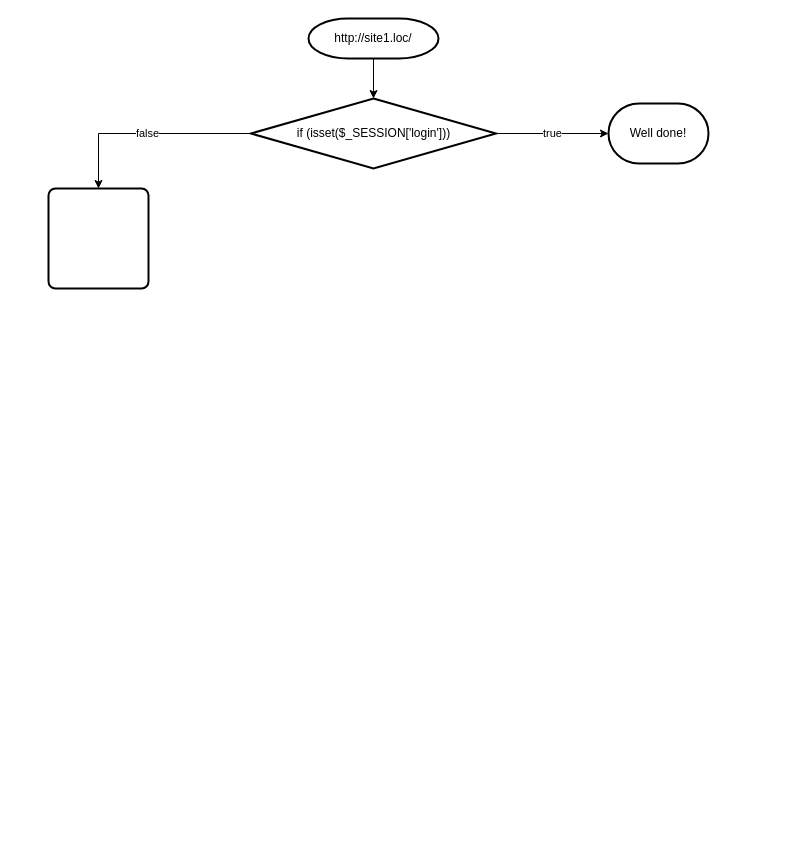
tolik8/--- keeps this draw.io diagram as Единая авторизация на нескольких сайтах.drawio. Above is the earlier version. Source tidied: cells renumbered, new cells numbered last; positions are measured from the earlier drawing's top-left corner, leaving out a move shared by most shapes. Both pictures are drawn from the tidied source at 100%, with x=0, y=0 at pixel (48, 18).
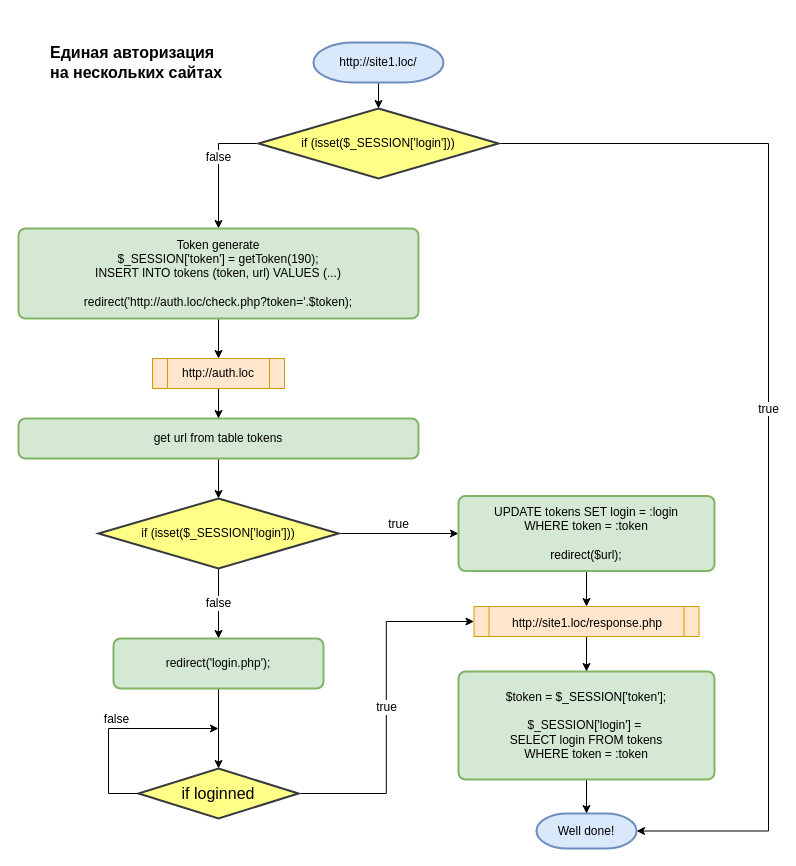
The same diagram, later.

The edit, as a diff of the source:
```diff
@@
-    <mxCell id="3" value="http://site1.loc/" style="strokeWidth=2;html=1;shape=mxgraph.flowchart.terminator;whiteSpace=wrap;" parent="1" vertex="1">
-      <mxGeometry x="260" width="130" height="40" as="geometry" />
+    <mxCell id="3" value="http://site1.loc/" style="strokeWidth=2;html=1;shape=mxgraph.flowchart.terminator;whiteSpace=wrap;fillColor=#dae8fc;strokeColor=#6c8ebf;" parent="1" vertex="1">
+      <mxGeometry x="265" y="24" width="130" height="40" as="geometry" />
     </mxCell>
-    <mxCell id="4" value="true" style="edgeStyle=orthogonalEdgeStyle;rounded=0;jettySize=auto;html=1;exitX=1;exitY=0.5;exitDx=0;exitDy=0;exitPerimeter=0;entryX=0;entryY=0.5;entryDx=0;entryDy=0;entryPerimeter=0;shadow=0;comic=0;" parent="1" edge="1" source="6" target="7">
-      <mxGeometry relative="1" as="geometry" />
+    <mxCell id="4" value="true" style="edgeStyle=orthogonalEdgeStyle;rounded=0;jettySize=auto;html=1;exitX=1;exitY=0.5;exitDx=0;exitDy=0;exitPerimeter=0;entryX=1;entryY=0.5;entryDx=0;entryDy=0;entryPerimeter=0;shadow=0;comic=0;fontSize=12;labelBorderColor=none;verticalAlign=bottom;" parent="1" edge="1" source="6" target="7">
+      <mxGeometry relative="1" as="geometry">
+        <Array as="points">
+          <mxPoint x="720" y="125" />
+          <mxPoint x="720" y="813" />
+        </Array>
+      </mxGeometry>
     </mxCell>
-    <mxCell id="5" value="false" style="edgeStyle=orthogonalEdgeStyle;rounded=0;comic=0;jettySize=auto;html=1;exitX=0;exitY=0.5;exitDx=0;exitDy=0;exitPerimeter=0;entryX=0.5;entryY=0;entryDx=0;entryDy=0;shadow=0;" parent="1" edge="1" source="6" target="8">
+    <mxCell id="5" value="false" style="edgeStyle=orthogonalEdgeStyle;rounded=0;comic=0;jettySize=auto;html=1;exitX=0;exitY=0.5;exitDx=0;exitDy=0;exitPerimeter=0;entryX=0.5;entryY=0;entryDx=0;entryDy=0;shadow=0;fontSize=12;labelBorderColor=none;verticalAlign=bottom;" parent="1" edge="1" source="6" target="8">
       <mxGeometry relative="1" as="geometry" />
     </mxCell>
-    <mxCell id="6" value="if (isset($_SESSION['login']))" style="strokeWidth=2;html=1;shape=mxgraph.flowchart.decision;whiteSpace=wrap;" parent="1" vertex="1">
-      <mxGeometry x="202.5" y="80" width="245" height="70" as="geometry" />
+    <mxCell id="6" value="if (isset($_SESSION['login']))" style="strokeWidth=2;html=1;shape=mxgraph.flowchart.decision;whiteSpace=wrap;fillColor=#ffff88;strokeColor=#36393d;" parent="1" vertex="1">
+      <mxGeometry x="210" y="90" width="240" height="70" as="geometry" />
     </mxCell>
-    <mxCell id="7" value="Well done!" style="strokeWidth=2;html=1;shape=mxgraph.flowchart.terminator;whiteSpace=wrap;" parent="1" vertex="1">
-      <mxGeometry x="560" y="85" width="100" height="60" as="geometry" />
+    <mxCell id="7" value="Well done!" style="strokeWidth=2;html=1;shape=mxgraph.flowchart.terminator;whiteSpace=wrap;labelBackgroundColor=none;fillColor=#dae8fc;strokeColor=#6c8ebf;" parent="1" vertex="1">
+      <mxGeometry x="488" y="795" width="100" height="35" as="geometry" />
     </mxCell>
+    <mxCell id="9" style="edgeStyle=orthogonalEdgeStyle;rounded=0;comic=0;jettySize=auto;html=1;exitX=0.5;exitY=1;exitDx=0;exitDy=0;entryX=0.5;entryY=0;entryDx=0;entryDy=0;shadow=0;fontSize=12;" parent="1" edge="1" source="8" target="28">
+      <mxGeometry relative="1" as="geometry" />
+    </mxCell>
-    <mxCell id="8" style="rounded=1;whiteSpace=wrap;html=1;absoluteArcSize=1;arcSize=14;strokeWidth=2;" parent="1" vertex="1">
-      <mxGeometry y="170" width="100" height="100" as="geometry" />
+    <mxCell id="8" value="Token generate&lt;br&gt;$_SESSION['token'] = getToken(190);&lt;br&gt;INSERT INTO tokens (token, url) VALUES (...)&lt;br&gt;&lt;br&gt;redirect('http://auth.loc/check.php?token='.$token);" style="rounded=1;whiteSpace=wrap;html=1;absoluteArcSize=1;arcSize=14;strokeWidth=2;align=center;fillColor=#d5e8d4;strokeColor=#82b366;" parent="1" vertex="1">
+      <mxGeometry x="-30" y="210" width="400" height="90" as="geometry" />
     </mxCell>
+    <mxCell id="10" style="edgeStyle=orthogonalEdgeStyle;rounded=0;comic=0;jettySize=auto;html=1;shadow=0;fontSize=12;entryX=0.5;entryY=0;entryDx=0;entryDy=0;entryPerimeter=0;" parent="1" edge="1" source="11" target="14">
+      <mxGeometry relative="1" as="geometry" />
+    </mxCell>
+    <mxCell id="11" value="get url from table tokens" style="rounded=1;whiteSpace=wrap;html=1;absoluteArcSize=1;arcSize=14;strokeWidth=2;labelBackgroundColor=none;fontSize=12;align=center;fillColor=#d5e8d4;strokeColor=#82b366;" parent="1" vertex="1">
+      <mxGeometry x="-30" y="400" width="400" height="40" as="geometry" />
+    </mxCell>
+    <mxCell id="12" value="true" style="edgeStyle=orthogonalEdgeStyle;rounded=0;comic=0;jettySize=auto;html=1;shadow=0;fontSize=12;verticalAlign=bottom;entryX=0;entryY=0.5;entryDx=0;entryDy=0;" parent="1" edge="1" source="14" target="16">
+      <mxGeometry relative="1" as="geometry" />
+    </mxCell>
+    <mxCell id="13" value="false" style="edgeStyle=orthogonalEdgeStyle;rounded=0;comic=0;jettySize=auto;html=1;shadow=0;fontSize=12;entryX=0.5;entryY=0;entryDx=0;entryDy=0;" parent="1" edge="1" source="14" target="20">
+      <mxGeometry relative="1" as="geometry" />
+    </mxCell>
+    <mxCell id="14" value="&lt;span style=&quot;white-space: normal&quot;&gt;if (isset($_SESSION['login']))&lt;br&gt;&lt;/span&gt;" style="strokeWidth=2;html=1;shape=mxgraph.flowchart.decision;whiteSpace=wrap;labelBackgroundColor=none;fontSize=12;fillColor=#ffff88;strokeColor=#36393d;" parent="1" vertex="1">
+      <mxGeometry x="50" y="480" width="240" height="70" as="geometry" />
+    </mxCell>
+    <mxCell id="15" style="edgeStyle=orthogonalEdgeStyle;rounded=0;comic=0;jettySize=auto;html=1;shadow=0;fontSize=16;entryX=0.5;entryY=0;entryDx=0;entryDy=0;" parent="1" edge="1" source="16" target="26">
+      <mxGeometry relative="1" as="geometry" />
+    </mxCell>
+    <mxCell id="16" value="UPDATE tokens SET login = :login &lt;br&gt;WHERE token = :token&lt;br&gt;&lt;br&gt;redirect($url);" style="rounded=1;whiteSpace=wrap;html=1;absoluteArcSize=1;arcSize=14;strokeWidth=2;labelBackgroundColor=none;fontSize=12;align=center;fillColor=#d5e8d4;strokeColor=#82b366;" parent="1" vertex="1">
+      <mxGeometry x="410" y="477.5" width="256" height="75" as="geometry" />
+    </mxCell>
+    <mxCell id="17" style="edgeStyle=orthogonalEdgeStyle;rounded=0;comic=0;jettySize=auto;html=1;exitX=0.5;exitY=1;exitDx=0;exitDy=0;entryX=0.5;entryY=0;entryDx=0;entryDy=0;entryPerimeter=0;shadow=0;fontSize=12;" parent="1" edge="1" source="18" target="7">
+      <mxGeometry relative="1" as="geometry" />
+    </mxCell>
+    <mxCell id="18" value="$token = $_SESSION['token'];&lt;br&gt;&lt;br&gt;$_SESSION['login'] =&amp;nbsp;&lt;br&gt;SELECT login FROM tokens &lt;br&gt;WHERE token = :token" style="rounded=1;whiteSpace=wrap;html=1;absoluteArcSize=1;arcSize=14;strokeWidth=2;labelBackgroundColor=none;fontSize=12;fillColor=#d5e8d4;strokeColor=#82b366;" parent="1" vertex="1">
+      <mxGeometry x="410" y="653" width="256" height="108" as="geometry" />
+    </mxCell>
+    <mxCell id="19" style="edgeStyle=orthogonalEdgeStyle;rounded=0;comic=0;jettySize=auto;html=1;shadow=0;fontSize=16;entryX=0.5;entryY=0;entryDx=0;entryDy=0;entryPerimeter=0;" parent="1" edge="1" source="20" target="23">
+      <mxGeometry relative="1" as="geometry" />
+    </mxCell>
+    <mxCell id="20" value="redirect('login.php');" style="rounded=1;whiteSpace=wrap;html=1;absoluteArcSize=1;arcSize=14;strokeWidth=2;labelBackgroundColor=none;fontSize=12;fillColor=#d5e8d4;strokeColor=#82b366;" parent="1" vertex="1">
+      <mxGeometry x="65" y="620" width="210" height="50" as="geometry" />
+    </mxCell>
+    <mxCell id="21" value="Единая авторизация &lt;br style=&quot;font-size: 16px;&quot;&gt;на нескольких сайтах" style="text;html=1;strokeColor=none;fillColor=none;align=left;verticalAlign=middle;whiteSpace=wrap;rounded=0;labelBackgroundColor=none;fontSize=16;fontStyle=1;" parent="1" vertex="1">
+      <mxGeometry y="34" width="210" height="20" as="geometry" />
+    </mxCell>
+    <mxCell id="22" value="true" style="edgeStyle=orthogonalEdgeStyle;rounded=0;comic=0;jettySize=auto;html=1;shadow=0;fontSize=12;entryX=0;entryY=0.5;entryDx=0;entryDy=0;" parent="1" edge="1" source="23" target="26">
+      <mxGeometry relative="1" as="geometry" />
+    </mxCell>
+    <mxCell id="23" value="if loginned" style="strokeWidth=2;html=1;shape=mxgraph.flowchart.decision;whiteSpace=wrap;labelBackgroundColor=none;fontSize=16;align=center;fillColor=#ffff88;strokeColor=#36393d;" parent="1" vertex="1">
+      <mxGeometry x="90" y="750" width="160" height="50" as="geometry" />
+    </mxCell>
+    <mxCell id="24" value="false" style="edgeStyle=orthogonalEdgeStyle;rounded=0;comic=0;jettySize=auto;html=1;exitX=0;exitY=0.5;exitDx=0;exitDy=0;exitPerimeter=0;shadow=0;fontSize=12;verticalAlign=bottom;" parent="1" edge="1" source="23">
+      <mxGeometry relative="1" as="geometry">
+        <mxPoint x="170" y="710" as="targetPoint" />
+        <Array as="points">
+          <mxPoint x="60" y="775" />
+          <mxPoint x="60" y="710" />
+        </Array>
+      </mxGeometry>
+    </mxCell>
+    <mxCell id="25" style="edgeStyle=orthogonalEdgeStyle;rounded=0;comic=0;jettySize=auto;html=1;shadow=0;fontSize=16;" parent="1" edge="1" source="26" target="18">
+      <mxGeometry relative="1" as="geometry" />
+    </mxCell>
+    <mxCell id="26" value="&lt;span style=&quot;font-size: 12px;&quot;&gt;http://site1.loc/response.php&lt;/span&gt;" style="shape=process;whiteSpace=wrap;html=1;backgroundOutline=1;labelBackgroundColor=none;fontSize=16;align=center;fillColor=#ffe6cc;strokeColor=#d79b00;size=0.06444444444444444;" parent="1" vertex="1">
+      <mxGeometry x="425.5" y="588" width="225" height="30" as="geometry" />
+    </mxCell>
+    <mxCell id="27" style="edgeStyle=orthogonalEdgeStyle;rounded=0;comic=0;jettySize=auto;html=1;exitX=0.5;exitY=1;exitDx=0;exitDy=0;entryX=0.5;entryY=0;entryDx=0;entryDy=0;shadow=0;fontSize=12;" parent="1" edge="1" source="28" target="11">
+      <mxGeometry relative="1" as="geometry" />
+    </mxCell>
+    <mxCell id="28" value="http://auth.loc" style="shape=process;whiteSpace=wrap;html=1;backgroundOutline=1;labelBackgroundColor=none;fontSize=12;align=center;fillColor=#ffe6cc;strokeColor=#d79b00;size=0.11363636363636363;" parent="1" vertex="1">
+      <mxGeometry x="104" y="340" width="132" height="30" as="geometry" />
+    </mxCell>
```
